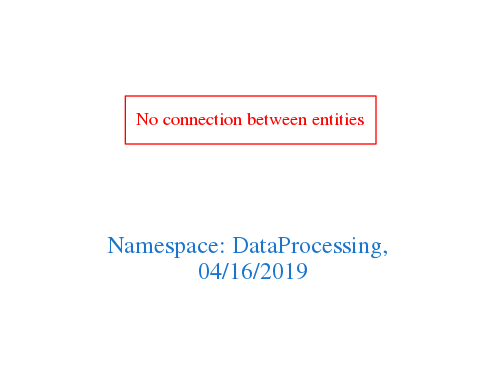
This is downloads/DataProcessing.png from arago/OGIT, a Graphviz export, as it was before one commit. Its source is kept beside it as downloads/DataProcessing.dot.
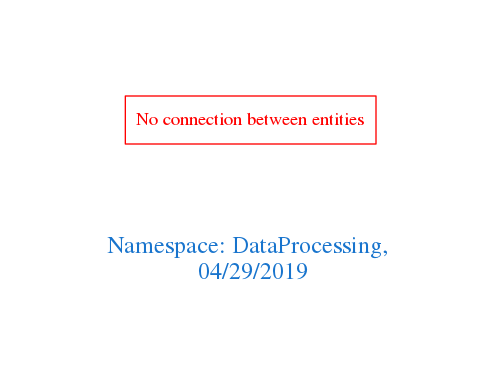
The same file after the commit.

The edit, as a diff of the source:
```diff
@@ -1,7 +1,7 @@
 digraph OGIT_ontology {
  graph [ rankdir= LR,pad=1
 fontsize = 18,
-fontcolor= dodgerblue3,label = "\n\n\nNamespace: DataProcessing, \n 04/16/2019"];
+fontcolor= dodgerblue3,label = "\n\n\nNamespace: DataProcessing, \n 04/29/2019"];
 node[shape=polygon];
 edge [  color="gray81"];
 
```
